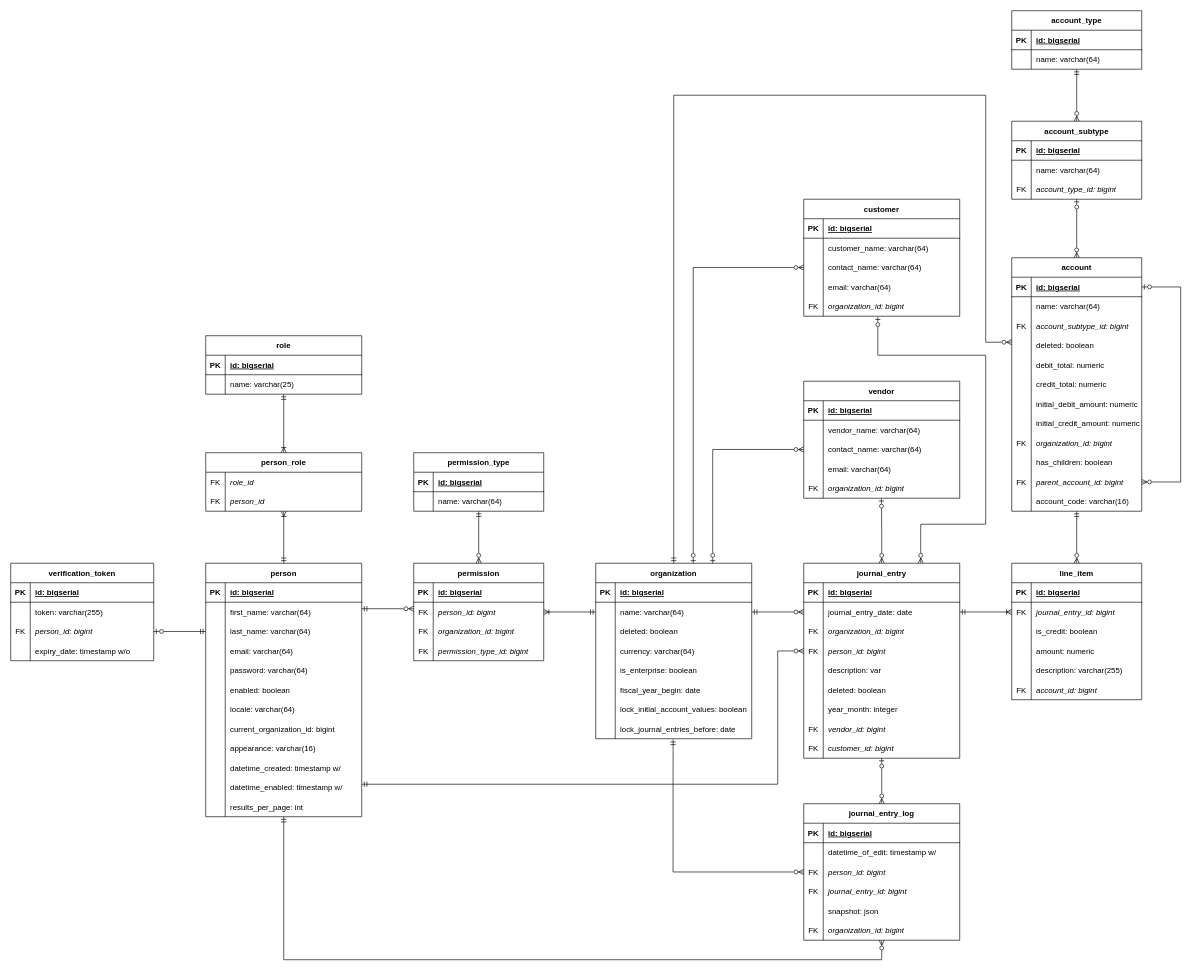
Above: db/ER v0.8.drawio in kyleko1234/myEasyLedger (draw.io), before the change. Source tidied: cells renumbered, new cells numbered last; positions are measured from the earlier drawing's top-left corner, leaving out a move shared by most shapes. Both pictures are drawn from the tidied source at 65%, with x=0, y=0 at pixel (10, 10).
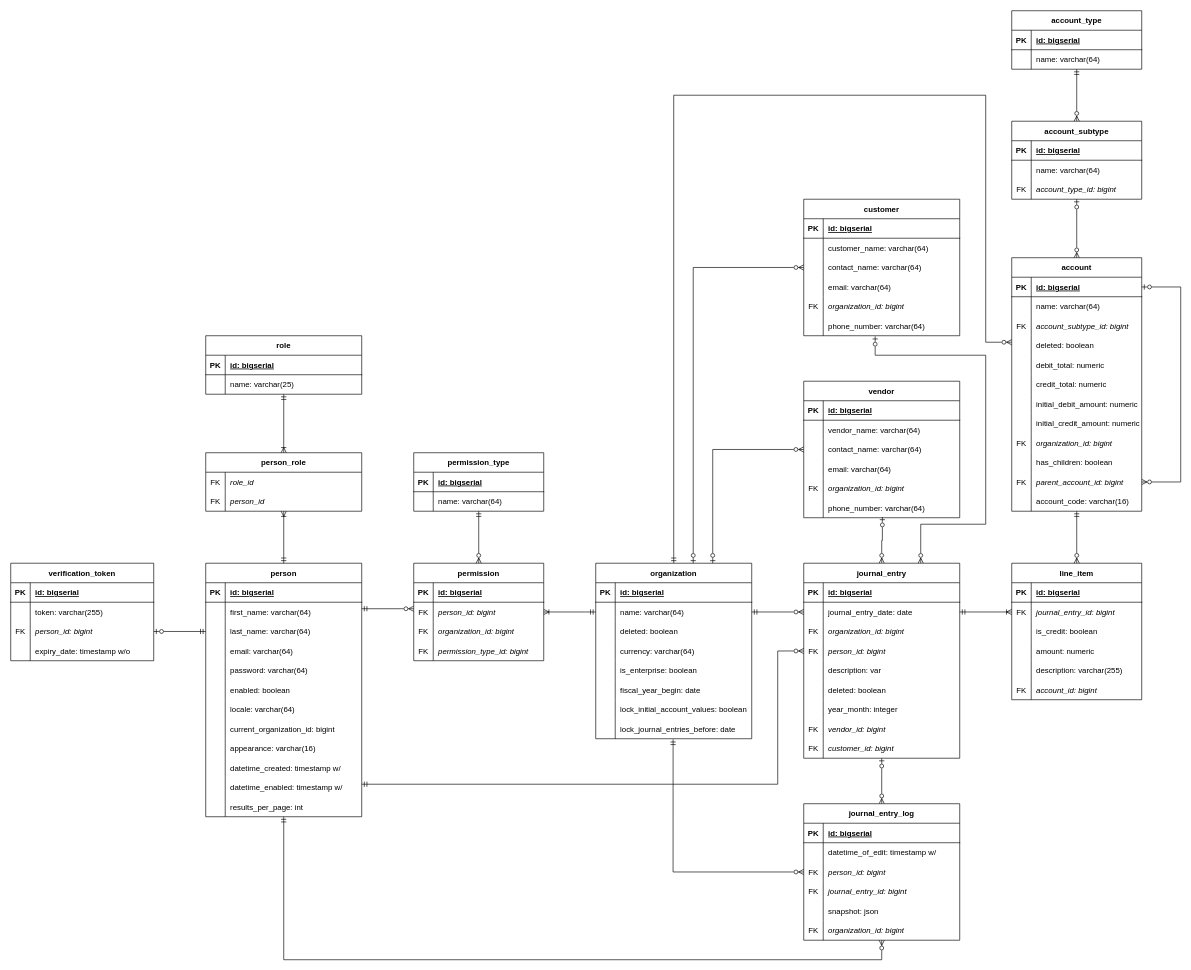
The same page after the edit.

Commit message:
added phone number field to vendor and customer in ER

The change refers to these unchanged cells:
```xml
<mxCell id="115" value="journal_entry" style="shape=table;startSize=30;childLayout=tableLayout;rowLines=0;fontStyle=1;align=center;strokeWidth=1;" parent="1" vertex="1">
  <mxGeometry x="1220" y="850" width="240" height="300" as="geometry" />
</mxCell>
<mxCell id="263" style="shape=tableRow;horizontal=0;startSize=0;swimlaneHead=0;swimlaneBody=0;fillColor=none;points=[[0,0.5],[1,0.5]];portConstraint=eastwest;top=0;left=0;right=0;bottom=0;strokeWidth=1;" parent="250" vertex="1">
  <mxGeometry y="150" width="240" height="30" as="geometry" />
</mxCell>
<mxCell id="280" style="shape=tableRow;horizontal=0;startSize=0;swimlaneHead=0;swimlaneBody=0;fillColor=none;points=[[0,0.5],[1,0.5]];portConstraint=eastwest;top=0;left=0;right=0;bottom=0;strokeWidth=1;" parent="267" vertex="1">
  <mxGeometry y="150" width="240" height="30" as="geometry" />
</mxCell>
```

The edit, as a diff of the source:
```diff
@@
-    <mxCell id="112" style="edgeStyle=orthogonalEdgeStyle;rounded=0;jettySize=auto;html=1;exitX=0.5;exitY=0;exitDx=0;exitDy=0;entryX=0.498;entryY=1.008;entryDx=0;entryDy=0;entryPerimeter=0;startArrow=ERzeroToMany;startFill=0;endArrow=ERzeroToOne;endFill=0;" parent="1" edge="1" source="115" target="263">
+    <mxCell id="112" style="edgeStyle=orthogonalEdgeStyle;rounded=0;jettySize=auto;html=1;exitX=0.5;exitY=0;exitDx=0;exitDy=0;entryX=0.504;entryY=0.967;entryDx=0;entryDy=0;entryPerimeter=0;startArrow=ERzeroToMany;startFill=0;endArrow=ERzeroToOne;endFill=0;" parent="1" edge="1" source="115" target="284">
       <mxGeometry relative="1" as="geometry" />
     </mxCell>
-    <mxCell id="113" style="edgeStyle=orthogonalEdgeStyle;rounded=0;jettySize=auto;html=1;exitX=0.75;exitY=0;exitDx=0;exitDy=0;entryX=0.475;entryY=1.033;entryDx=0;entryDy=0;entryPerimeter=0;startArrow=ERzeroToMany;startFill=0;endArrow=ERzeroToOne;endFill=0;" parent="1" edge="1" source="115" target="280">
+    <mxCell id="113" style="edgeStyle=orthogonalEdgeStyle;rounded=0;jettySize=auto;html=1;exitX=0.75;exitY=0;exitDx=0;exitDy=0;entryX=0.458;entryY=1.033;entryDx=0;entryDy=0;entryPerimeter=0;startArrow=ERzeroToMany;startFill=0;endArrow=ERzeroToOne;endFill=0;" parent="1" edge="1" source="115" target="287">
       <mxGeometry relative="1" as="geometry">
         <Array as="points">
           <mxPoint x="1400" y="790" />
           <mxPoint x="1500" y="790" />
           <mxPoint x="1500" y="530" />
-          <mxPoint x="1334" y="530" />
+          <mxPoint x="1330" y="530" />
         </Array>
       </mxGeometry>
     </mxCell>
@@
     <mxCell id="250" value="vendor" style="shape=table;startSize=30;childLayout=tableLayout;rowLines=0;fontStyle=1;align=center;strokeWidth=1;" parent="1" vertex="1">
-      <mxGeometry x="1220" y="570" width="240" height="180" as="geometry" />
+      <mxGeometry x="1220" y="570" width="240" height="210" as="geometry" />
     </mxCell>
@@
+    <mxCell id="284" style="shape=tableRow;horizontal=0;startSize=0;swimlaneHead=0;swimlaneBody=0;fillColor=none;points=[[0,0.5],[1,0.5]];portConstraint=eastwest;top=0;left=0;right=0;bottom=0;strokeWidth=1;" parent="250" vertex="1">
+      <mxGeometry y="180" width="240" height="30" as="geometry" />
+    </mxCell>
+    <mxCell id="285" style="shape=partialRectangle;fillColor=none;top=0;left=0;bottom=0;right=0;overflow=hidden;strokeWidth=1;" parent="284" vertex="1">
+      <mxGeometry width="30" height="30" as="geometry" />
+    </mxCell>
+    <mxCell id="286" value="phone_number: varchar(64)" style="shape=partialRectangle;fillColor=none;top=0;left=0;bottom=0;right=0;align=left;spacingLeft=6;overflow=hidden;strokeWidth=1;fontStyle=0;" parent="284" vertex="1">
+      <mxGeometry x="30" width="210" height="30" as="geometry" />
+    </mxCell>
@@
     <mxCell id="267" value="customer" style="shape=table;startSize=30;childLayout=tableLayout;rowLines=0;fontStyle=1;align=center;strokeWidth=1;" parent="1" vertex="1">
-      <mxGeometry x="1220" y="290" width="240" height="180" as="geometry" />
+      <mxGeometry x="1220" y="290" width="240" height="210" as="geometry" />
     </mxCell>
@@
+    <mxCell id="287" style="shape=tableRow;horizontal=0;startSize=0;swimlaneHead=0;swimlaneBody=0;fillColor=none;points=[[0,0.5],[1,0.5]];portConstraint=eastwest;top=0;left=0;right=0;bottom=0;strokeWidth=1;" parent="267" vertex="1">
+      <mxGeometry y="180" width="240" height="30" as="geometry" />
+    </mxCell>
+    <mxCell id="288" style="shape=partialRectangle;fillColor=none;top=0;left=0;bottom=0;right=0;overflow=hidden;strokeWidth=1;" parent="287" vertex="1">
+      <mxGeometry width="30" height="30" as="geometry" />
+    </mxCell>
+    <mxCell id="289" value="phone_number: varchar(64)" style="shape=partialRectangle;fillColor=none;top=0;left=0;bottom=0;right=0;align=left;spacingLeft=6;overflow=hidden;strokeWidth=1;fontStyle=0;" parent="287" vertex="1">
+      <mxGeometry x="30" width="210" height="30" as="geometry" />
+    </mxCell>
```
